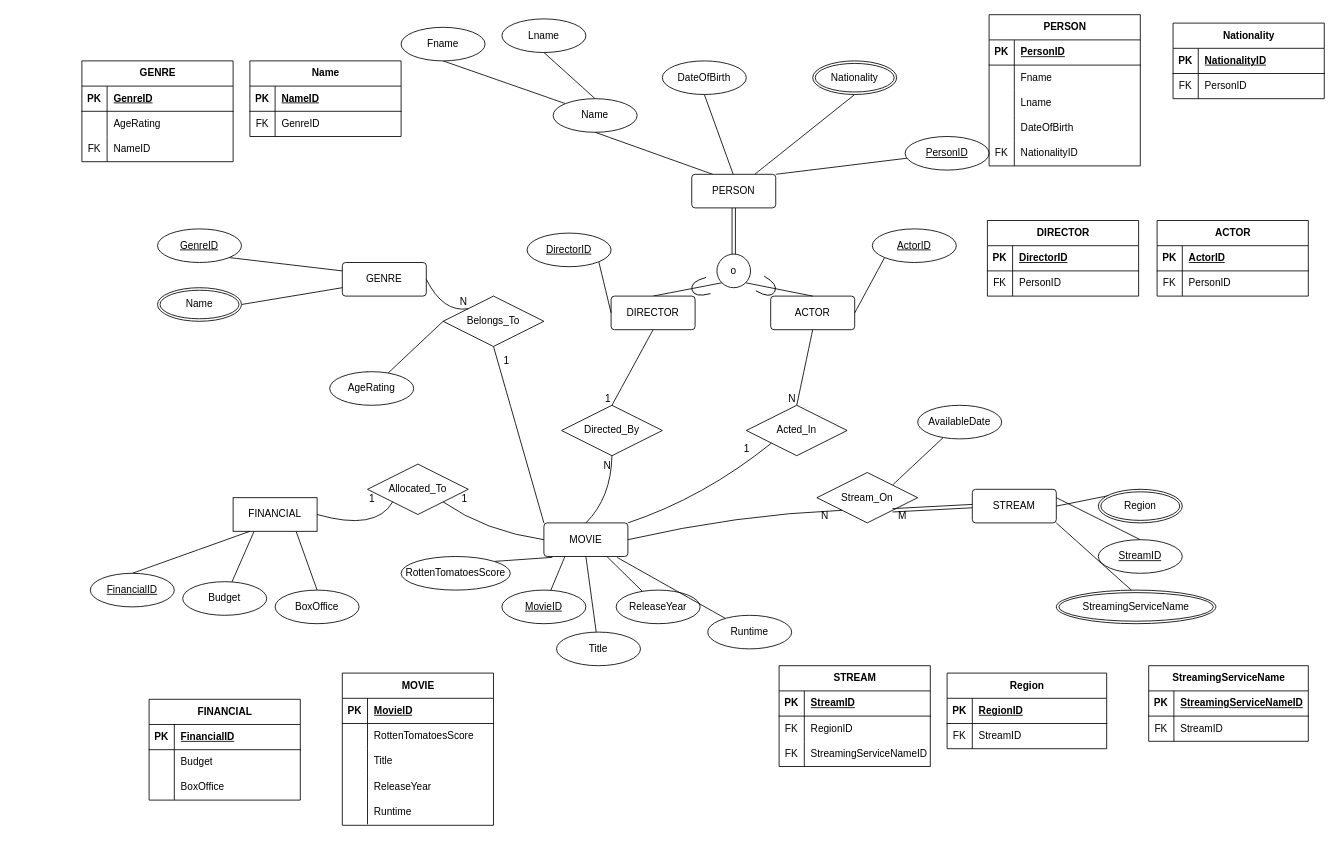
The draw.io diagram MovieBaseEER.drawio in miguelTrC/MovieBaseDB, before the edit. Source tidied: cells renumbered, new cells numbered last; positions are measured from the earlier drawing's top-left corner, leaving out a move shared by most shapes. Both pictures are drawn from the tidied source at 84%, with x=0, y=0 at pixel (81, 14).
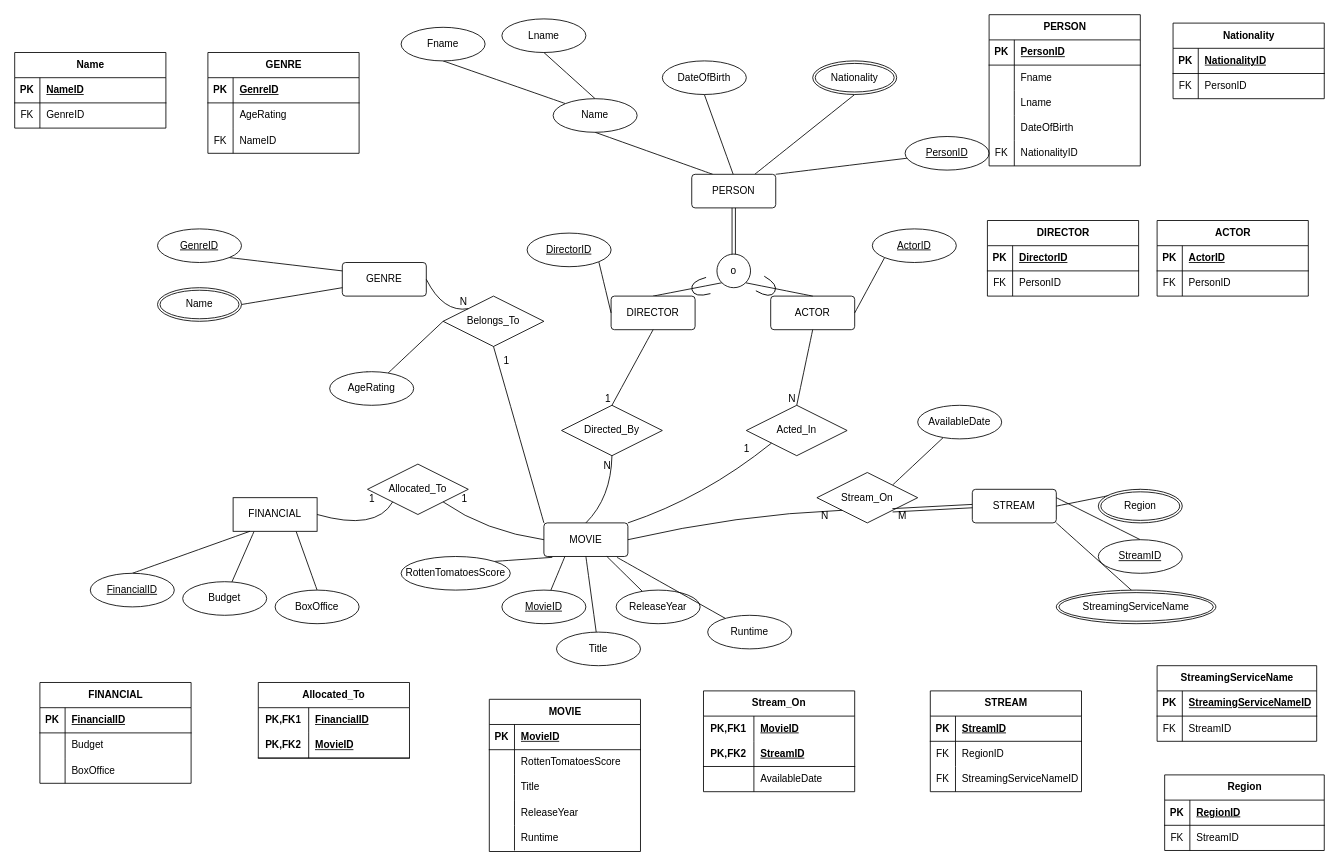
The same page after the edit.

Commit message:
Half of relationships have been turned into Relations Tables

Diff of the diagram source:
```diff
@@
     <mxCell id="83" value="MOVIE" style="shape=table;startSize=30;childLayout=tableLayout;rowLines=0;fontStyle=1;align=center;html=1;" parent="1" vertex="1">
-      <mxGeometry x="310" y="783.8" width="180" height="181.2" as="geometry" />
+      <mxGeometry x="485" y="815" width="180" height="181.2" as="geometry" />
     </mxCell>
@@
     <mxCell id="99" value="STREAM" style="shape=table;startSize=30;childLayout=tableLayout;rowLines=0;fontStyle=1;align=center;html=1;" parent="1" vertex="1">
-      <mxGeometry x="830" y="775" width="180" height="120" as="geometry" />
+      <mxGeometry x="1010" y="805" width="180" height="120" as="geometry" />
     </mxCell>
@@
     <mxCell id="109" value="FINANCIAL" style="shape=table;startSize=30;childLayout=tableLayout;rowLines=0;fontStyle=1;align=center;html=1;" parent="1" vertex="1">
-      <mxGeometry x="80" y="815" width="180" height="120" as="geometry" />
+      <mxGeometry x="-50" y="795" width="180" height="120" as="geometry" />
     </mxCell>
@@
     <mxCell id="119" value="GENRE" style="shape=table;startSize=30;childLayout=tableLayout;rowLines=0;fontStyle=1;align=center;html=1;" parent="1" vertex="1">
-      <mxGeometry y="55" width="180" height="120" as="geometry" />
+      <mxGeometry x="150" y="45" width="180" height="120" as="geometry" />
     </mxCell>
@@
     <mxCell id="171" value="StreamingServiceName" style="shape=table;startSize=30;childLayout=tableLayout;rowLines=0;fontStyle=1;align=center;html=1;" parent="1" vertex="1">
-      <mxGeometry x="1270" y="775" width="190" height="90" as="geometry" />
+      <mxGeometry x="1280" y="775" width="190" height="90" as="geometry" />
     </mxCell>
@@
     <mxCell id="178" value="Region" style="shape=table;startSize=30;childLayout=tableLayout;rowLines=0;fontStyle=1;align=center;html=1;" parent="1" vertex="1">
-      <mxGeometry x="1030" y="783.8" width="190" height="90" as="geometry" />
+      <mxGeometry x="1289" y="905" width="190" height="90" as="geometry" />
     </mxCell>
@@
     <mxCell id="185" value="Name" style="shape=table;startSize=30;childLayout=tableLayout;rowLines=0;fontStyle=1;align=center;html=1;" parent="1" vertex="1">
-      <mxGeometry x="200" y="55" width="180" height="90" as="geometry" />
+      <mxGeometry x="-80" y="45" width="180" height="90" as="geometry" />
     </mxCell>
@@
+    <mxCell id="192" value="Stream_On" style="shape=table;startSize=30;childLayout=tableLayout;rowLines=0;fontStyle=1;align=center;html=1;whiteSpace=wrap;" parent="1" vertex="1">
+      <mxGeometry x="740" y="805" width="180" height="120" as="geometry" />
+    </mxCell>
+    <mxCell id="193" style="shape=tableRow;horizontal=0;startSize=0;swimlaneHead=0;swimlaneBody=0;fillColor=none;top=0;left=0;right=0;bottom=0;html=1;" parent="192" vertex="1">
+      <mxGeometry y="30" width="180" height="30" as="geometry" />
+    </mxCell>
+    <mxCell id="194" value="PK,FK1" style="shape=partialRectangle;fillColor=none;top=0;left=0;bottom=0;right=0;fontStyle=1;overflow=hidden;html=1;whiteSpace=wrap;" parent="193" vertex="1">
+      <mxGeometry width="60" height="30" as="geometry" />
+    </mxCell>
+    <mxCell id="195" value="MovieID" style="shape=partialRectangle;fillColor=none;top=0;left=0;bottom=0;right=0;align=left;spacingLeft=6;fontStyle=5;overflow=hidden;html=1;whiteSpace=wrap;" parent="193" vertex="1">
+      <mxGeometry x="60" width="120" height="30" as="geometry" />
+    </mxCell>
+    <mxCell id="196" style="shape=tableRow;horizontal=0;startSize=0;swimlaneHead=0;swimlaneBody=0;fillColor=none;top=0;left=0;right=0;bottom=1;html=1;" parent="192" vertex="1">
+      <mxGeometry y="60" width="180" height="30" as="geometry" />
+    </mxCell>
+    <mxCell id="197" value="PK,FK2" style="shape=partialRectangle;fillColor=none;top=0;left=0;bottom=0;right=0;fontStyle=1;overflow=hidden;html=1;whiteSpace=wrap;" parent="196" vertex="1">
+      <mxGeometry width="60" height="30" as="geometry" />
+    </mxCell>
+    <mxCell id="198" value="StreamID" style="shape=partialRectangle;fillColor=none;top=0;left=0;bottom=0;right=0;align=left;spacingLeft=6;fontStyle=5;overflow=hidden;html=1;whiteSpace=wrap;" parent="196" vertex="1">
+      <mxGeometry x="60" width="120" height="30" as="geometry" />
+    </mxCell>
+    <mxCell id="199" style="shape=tableRow;horizontal=0;startSize=0;swimlaneHead=0;swimlaneBody=0;fillColor=none;top=0;left=0;right=0;bottom=0;html=1;" parent="192" vertex="1">
+      <mxGeometry y="90" width="180" height="30" as="geometry" />
+    </mxCell>
+    <mxCell id="200" style="shape=partialRectangle;fillColor=none;top=0;left=0;bottom=0;right=0;overflow=hidden;html=1;whiteSpace=wrap;" parent="199" vertex="1">
+      <mxGeometry width="60" height="30" as="geometry" />
+    </mxCell>
+    <mxCell id="201" value="AvailableDate" style="shape=partialRectangle;fillColor=none;top=0;left=0;bottom=0;right=0;align=left;spacingLeft=6;overflow=hidden;html=1;whiteSpace=wrap;" parent="199" vertex="1">
+      <mxGeometry x="60" width="120" height="30" as="geometry" />
+    </mxCell>
+    <mxCell id="202" value="Allocated_To" style="shape=table;startSize=30;childLayout=tableLayout;rowLines=0;fontStyle=1;align=center;html=1;whiteSpace=wrap;" parent="1" vertex="1">
+      <mxGeometry x="210" y="795" width="180" height="90" as="geometry" />
+    </mxCell>
+    <mxCell id="203" style="shape=tableRow;horizontal=0;startSize=0;swimlaneHead=0;swimlaneBody=0;fillColor=none;top=0;left=0;right=0;bottom=0;html=1;" parent="202" vertex="1">
+      <mxGeometry y="30" width="180" height="30" as="geometry" />
+    </mxCell>
+    <mxCell id="204" value="PK,FK1" style="shape=partialRectangle;fillColor=none;top=0;left=0;bottom=0;right=0;fontStyle=1;overflow=hidden;html=1;whiteSpace=wrap;" parent="203" vertex="1">
+      <mxGeometry width="60" height="30" as="geometry" />
+    </mxCell>
+    <mxCell id="205" value="FinancialID" style="shape=partialRectangle;fillColor=none;top=0;left=0;bottom=0;right=0;align=left;spacingLeft=6;fontStyle=5;overflow=hidden;html=1;whiteSpace=wrap;" parent="203" vertex="1">
+      <mxGeometry x="60" width="120" height="30" as="geometry" />
+    </mxCell>
+    <mxCell id="206" style="shape=tableRow;horizontal=0;startSize=0;swimlaneHead=0;swimlaneBody=0;fillColor=none;top=0;left=0;right=0;bottom=1;html=1;" parent="202" vertex="1">
+      <mxGeometry y="60" width="180" height="30" as="geometry" />
+    </mxCell>
+    <mxCell id="207" value="PK,FK2" style="shape=partialRectangle;fillColor=none;top=0;left=0;bottom=0;right=0;fontStyle=1;overflow=hidden;html=1;whiteSpace=wrap;" parent="206" vertex="1">
+      <mxGeometry width="60" height="30" as="geometry" />
+    </mxCell>
+    <mxCell id="208" value="MovieID" style="shape=partialRectangle;fillColor=none;top=0;left=0;bottom=0;right=0;align=left;spacingLeft=6;fontStyle=5;overflow=hidden;html=1;whiteSpace=wrap;" parent="206" vertex="1">
+      <mxGeometry x="60" width="120" height="30" as="geometry" />
+    </mxCell>
```
